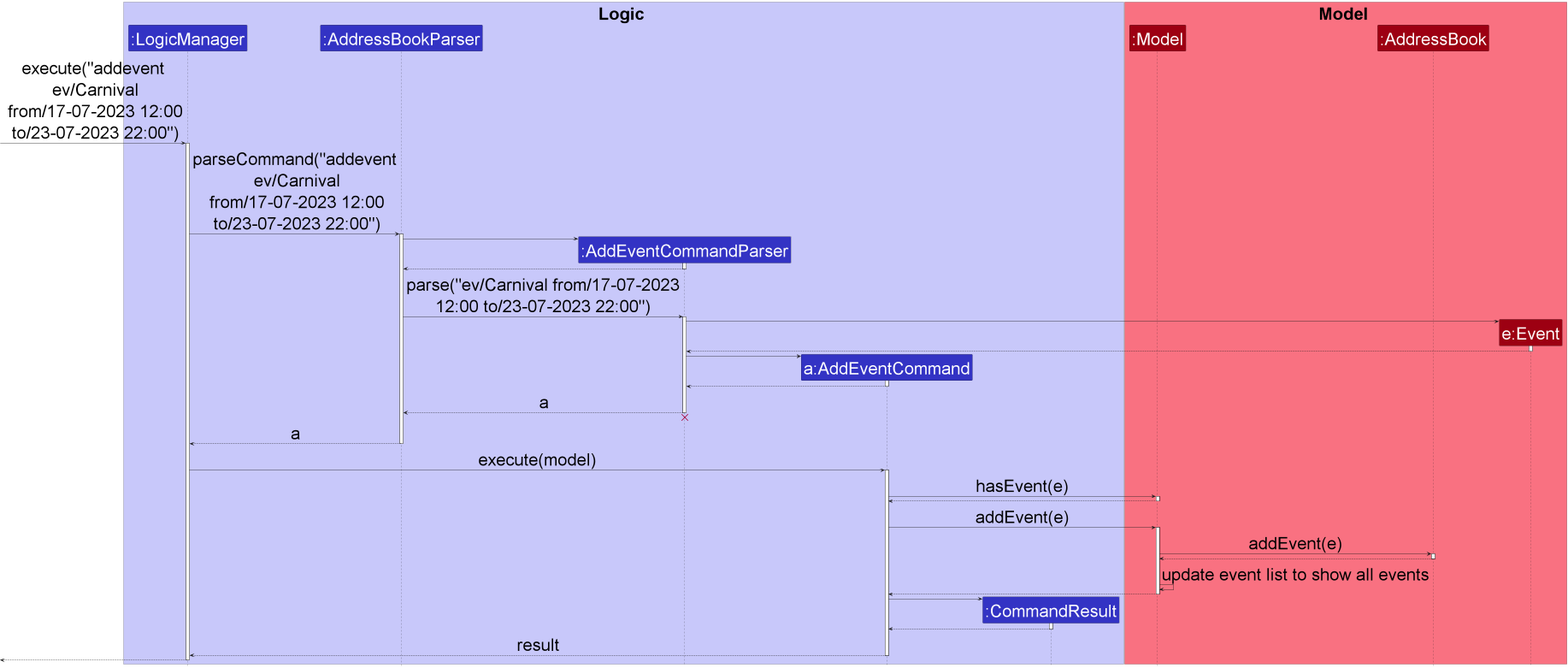
Before: docs/images/AddEventSequenceDiagram.png, a diagram exported from PlantUML (nus-cs2103-AY2223S2/tp).
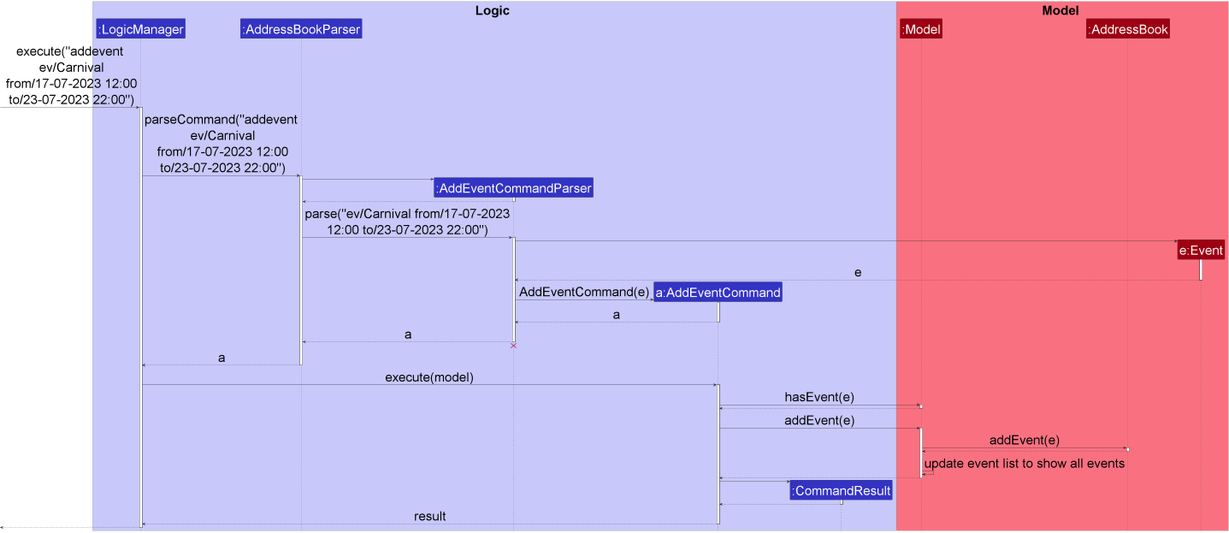
Above is the later version.

Diff of the diagram source:
```diff
@@ -1,5 +1,6 @@
 @startuml
 !include style.puml
+skinparam DefaultFontSize 50
 
 box Logic LOGIC_COLOR_T1
 participant ":LogicManager" as LogicManager LOGIC_COLOR
@@ -34,14 +35,14 @@
 create Event
 AddEventCommandParser -> Event
 activate Event
-Event --> AddEventCommandParser
+Event --> AddEventCommandParser : e
 deactivate Event
 
 create AddEventCommand
-AddEventCommandParser -> AddEventCommand
+AddEventCommandParser -> AddEventCommand : AddEventCommand(e)
 activate AddEventCommand
 
-AddEventCommand --> AddEventCommandParser
+AddEventCommand --> AddEventCommandParser : a
 deactivate AddEventCommand
 
 AddEventCommandParser --> AddressBookParser : a
```
